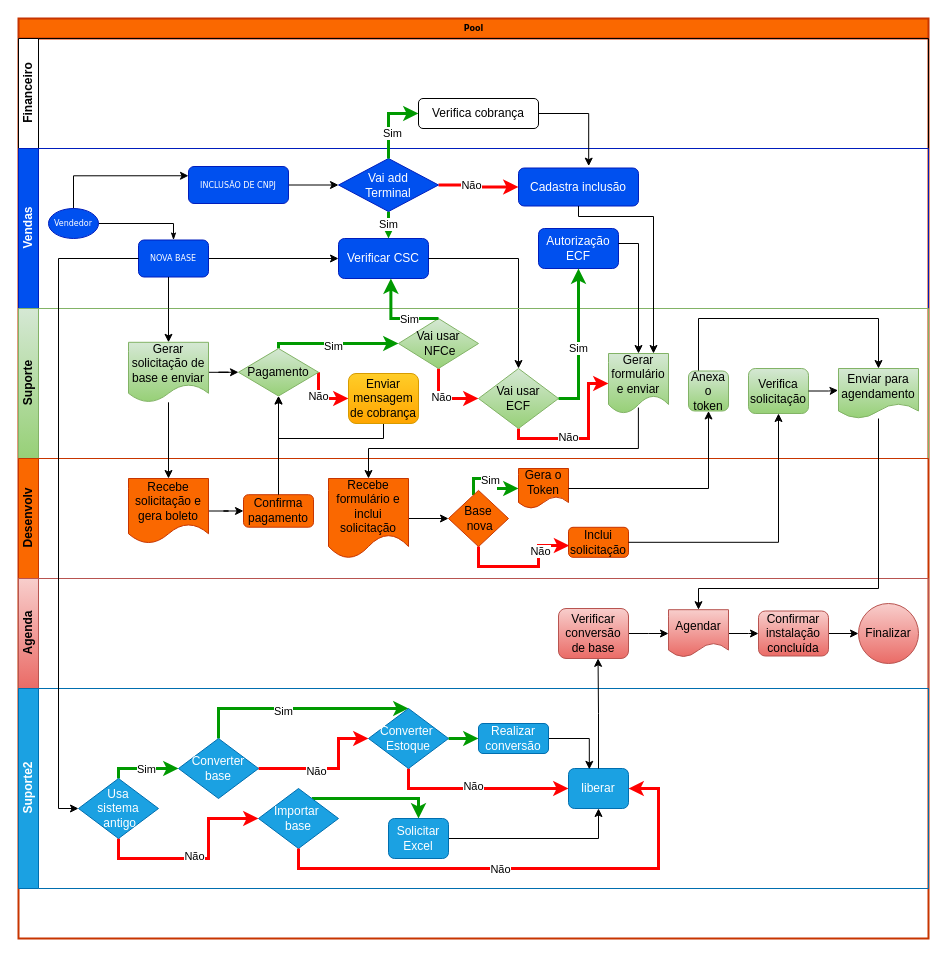
The draw.io diagram Diagrama sem nome.drawio in Bortolucio/DESCOMPLICA, before the edit. Source tidied: cells renumbered, new cells numbered last; positions are measured from the earlier drawing's top-left corner, leaving out a move shared by most shapes. Both pictures are drawn from the tidied source at 100%, with x=0, y=0 at pixel (18, 18).
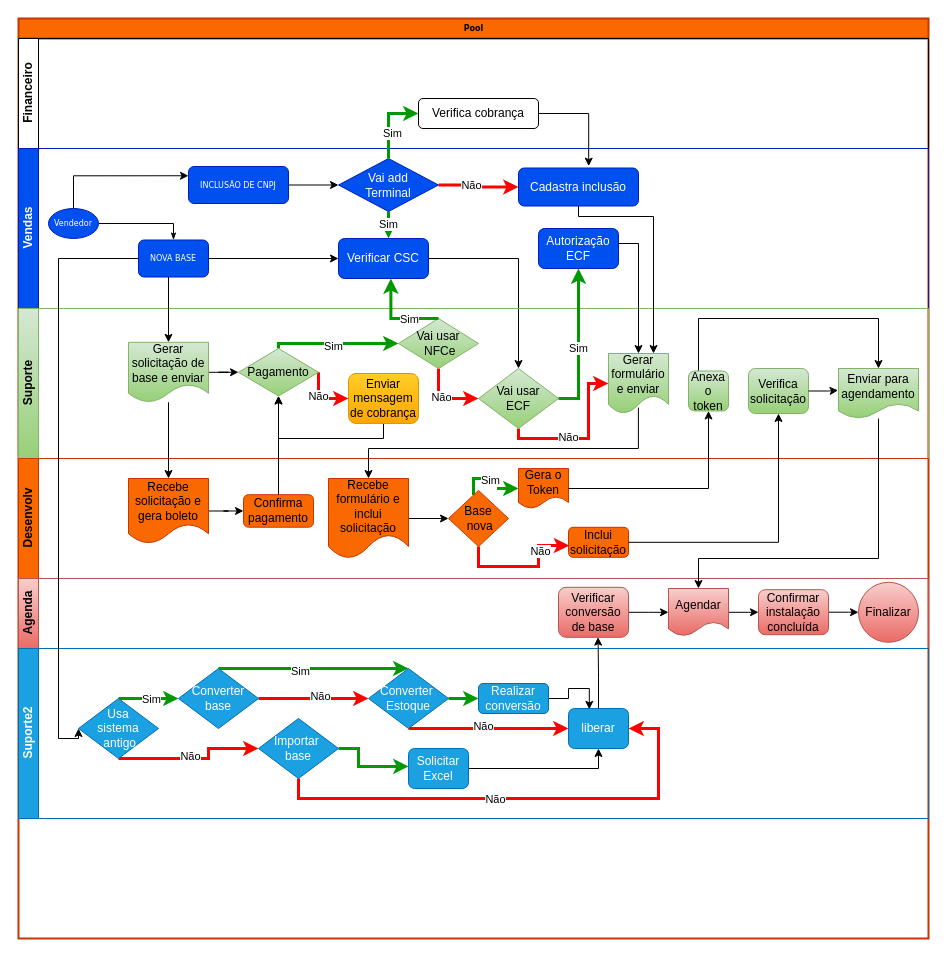
The same diagram, later.

The change refers to these unchanged cells:
```xml
<mxCell id="2" value="Pool" style="swimlane;html=1;horizontal=1;startSize=20;rounded=0;shadow=0;labelBackgroundColor=none;strokeWidth=2;fontFamily=Verdana;fontSize=8;align=center;fillColor=#FA6800;fontColor=#000000;strokeColor=#C73500;" parent="1" vertex="1">
  <mxGeometry width="910" height="920" as="geometry" />
</mxCell>
<mxCell id="10" value="NOVA BASE" style="rounded=1;whiteSpace=wrap;html=1;shadow=0;labelBackgroundColor=none;strokeWidth=1;fontFamily=Verdana;fontSize=8;align=center;fillColor=#0050ef;strokeColor=#001DBC;fontColor=#ffffff;" parent="5" vertex="1">
  <mxGeometry x="120" y="91.5" width="70" height="37" as="geometry" />
</mxCell>
<mxCell id="42" value="Enviar para agendamento" style="shape=document;whiteSpace=wrap;html=1;boundedLbl=1;fillColor=#d5e8d4;gradientColor=#97d077;strokeColor=#82b366;" parent="22" vertex="1">
  <mxGeometry x="820" y="60" width="80" height="50" as="geometry" />
</mxCell>
<mxCell id="90" value="Converter&amp;nbsp;&lt;br&gt;Estoque" style="rhombus;whiteSpace=wrap;html=1;fillColor=#1ba1e2;fontColor=#ffffff;strokeColor=#006EAF;" parent="74" vertex="1">
  <mxGeometry x="350" y="20" width="80" height="60" as="geometry" />
</mxCell>
```

The edit, as a diff of the source:
```diff
@@
     <mxCell id="66" value="Agenda" style="swimlane;html=1;startSize=20;horizontal=0;fillColor=#f8cecc;gradientColor=#ea6b66;strokeColor=#b85450;" parent="2" vertex="1">
-      <mxGeometry y="560" width="910" height="110" as="geometry" />
+      <mxGeometry y="560" width="910" height="70" as="geometry" />
     </mxCell>
@@
     <mxCell id="68" value="Verificar conversão de base" style="rounded=1;whiteSpace=wrap;html=1;fillColor=#f8cecc;gradientColor=#ea6b66;strokeColor=#b85450;" parent="66" vertex="1">
-      <mxGeometry x="540" y="30" width="70" height="50" as="geometry" />
+      <mxGeometry x="540" y="8.8" width="70" height="50" as="geometry" />
     </mxCell>
@@
     <mxCell id="70" value="Confirmar instalação concluída" style="rounded=1;whiteSpace=wrap;html=1;fillColor=#f8cecc;gradientColor=#ea6b66;strokeColor=#b85450;" parent="66" vertex="1">
-      <mxGeometry x="740" y="32.5" width="70" height="45" as="geometry" />
+      <mxGeometry x="740" y="11.2" width="70" height="45" as="geometry" />
     </mxCell>
     <mxCell id="71" value="Finalizar" style="ellipse;whiteSpace=wrap;html=1;fillColor=#f8cecc;gradientColor=#ea6b66;strokeColor=#b85450;" parent="66" vertex="1">
-      <mxGeometry x="840" y="25" width="60" height="60" as="geometry" />
+      <mxGeometry x="840" y="3.8" width="60" height="60" as="geometry" />
     </mxCell>
@@
     <mxCell id="73" value="Agendar" style="shape=document;whiteSpace=wrap;html=1;boundedLbl=1;fillColor=#f8cecc;strokeColor=#b85450;gradientColor=#ea6b66;" parent="66" vertex="1">
-      <mxGeometry x="650" y="31.2" width="60" height="47.5" as="geometry" />
+      <mxGeometry x="650" y="10" width="60" height="47.5" as="geometry" />
     </mxCell>
     <mxCell id="74" value="Suporte2" style="swimlane;html=1;startSize=20;horizontal=0;fillColor=#1ba1e2;fontColor=#ffffff;strokeColor=#006EAF;" parent="2" vertex="1">
-      <mxGeometry y="670" width="910" height="200" as="geometry" />
+      <mxGeometry y="630" width="910" height="170" as="geometry" />
     </mxCell>
     <mxCell id="75" style="edgeStyle=orthogonalEdgeStyle;rounded=0;jettySize=auto;html=1;entryX=0;entryY=0.5;entryDx=0;entryDy=0;strokeWidth=3;strokeColor=#009900;" parent="74" edge="1" source="79" target="84">
       <mxGeometry relative="1" as="geometry">
         <Array as="points">
-          <mxPoint x="100" y="80" />
-          <mxPoint x="160" y="80" />
+          <mxPoint x="100" y="50" />
         </Array>
       </mxGeometry>
     </mxCell>
@@
     <mxCell id="77" style="edgeStyle=orthogonalEdgeStyle;rounded=0;jettySize=auto;html=1;exitX=0.5;exitY=1;exitDx=0;exitDy=0;entryX=0;entryY=0.5;entryDx=0;entryDy=0;strokeWidth=3;strokeColor=#ff0000;" parent="74" edge="1" source="79" target="86">
-      <mxGeometry relative="1" as="geometry" />
+      <mxGeometry relative="1" as="geometry">
+        <Array as="points">
+          <mxPoint x="190" y="110" />
+          <mxPoint x="190" y="100" />
+        </Array>
+      </mxGeometry>
     </mxCell>
@@
     <mxCell id="79" value="Usa &lt;br&gt;sistema&lt;br&gt;&amp;nbsp;antigo" style="rhombus;whiteSpace=wrap;html=1;fillColor=#1ba1e2;fontColor=#ffffff;strokeColor=#006EAF;" parent="74" vertex="1">
-      <mxGeometry x="60" y="90" width="80" height="60" as="geometry" />
+      <mxGeometry x="60" y="50" width="80" height="60" as="geometry" />
     </mxCell>
@@
-    <mxCell id="82" style="edgeStyle=orthogonalEdgeStyle;rounded=0;jettySize=auto;html=1;strokeWidth=3;strokeColor=#FF0000;" parent="74" edge="1" source="84" target="90">
-      <mxGeometry relative="1" as="geometry">
-        <Array as="points">
-          <mxPoint x="320" y="80" />
-          <mxPoint x="320" y="50" />
-        </Array>
-      </mxGeometry>
+    <mxCell id="82" style="edgeStyle=orthogonalEdgeStyle;rounded=0;jettySize=auto;html=1;entryX=0;entryY=0.5;entryDx=0;entryDy=0;strokeWidth=3;strokeColor=#FF0000;" parent="74" edge="1" source="84" target="90">
+      <mxGeometry relative="1" as="geometry" />
     </mxCell>
     <mxCell id="83" value="Não" style="edgeLabel;html=1;align=center;verticalAlign=middle;" parent="82" vertex="1">
-      <mxGeometry x="-0.18" y="-2" relative="1" as="geometry" />
+      <mxGeometry x="0.1" y="3" relative="1" as="geometry" />
     </mxCell>
     <mxCell id="84" value="Converter&lt;br&gt;base" style="rhombus;whiteSpace=wrap;html=1;fillColor=#1ba1e2;fontColor=#ffffff;strokeColor=#006EAF;" parent="74" vertex="1">
-      <mxGeometry x="160" y="50" width="80" height="60" as="geometry" />
+      <mxGeometry x="160" y="20" width="80" height="60" as="geometry" />
     </mxCell>
-    <mxCell id="85" style="edgeStyle=orthogonalEdgeStyle;rounded=0;jettySize=auto;html=1;entryX=0.5;entryY=0;entryDx=0;entryDy=0;strokeWidth=3;strokeColor=#009900;" parent="74" edge="1" source="86" target="92">
+    <mxCell id="85" style="edgeStyle=orthogonalEdgeStyle;rounded=0;jettySize=auto;html=1;entryX=0;entryY=0.447;entryDx=0;entryDy=0;strokeWidth=3;strokeColor=#009900;entryPerimeter=0;exitX=1;exitY=0.5;exitDx=0;exitDy=0;" parent="74" edge="1" source="86" target="92">
       <mxGeometry relative="1" as="geometry">
         <Array as="points">
-          <mxPoint x="400" y="110" />
+          <mxPoint x="340" y="100" />
+          <mxPoint x="340" y="118" />
         </Array>
       </mxGeometry>
     </mxCell>
     <mxCell id="86" value="Importar&amp;nbsp;&lt;br&gt;base" style="rhombus;whiteSpace=wrap;html=1;fillColor=#1ba1e2;fontColor=#ffffff;strokeColor=#006EAF;" parent="74" vertex="1">
-      <mxGeometry x="240" y="100" width="80" height="60" as="geometry" />
+      <mxGeometry x="240" y="70" width="80" height="60" as="geometry" />
     </mxCell>
@@
     <mxCell id="88" style="edgeStyle=orthogonalEdgeStyle;rounded=0;jettySize=auto;html=1;entryX=0;entryY=0.5;entryDx=0;entryDy=0;strokeWidth=3;strokeColor=#ff0000;" parent="74" edge="1" source="90" target="93">
       <mxGeometry relative="1" as="geometry">
         <Array as="points">
-          <mxPoint x="390" y="100" />
+          <mxPoint x="480" y="80" />
+          <mxPoint x="480" y="80" />
         </Array>
       </mxGeometry>
     </mxCell>
@@
     <mxCell id="92" value="Solicitar&lt;br&gt;Excel" style="rounded=1;whiteSpace=wrap;html=1;fillColor=#1ba1e2;fontColor=#ffffff;strokeColor=#006EAF;" parent="74" vertex="1">
-      <mxGeometry x="370" y="130" width="60" height="40" as="geometry" />
+      <mxGeometry x="390" y="100" width="60" height="40" as="geometry" />
     </mxCell>
     <mxCell id="93" value="liberar" style="rounded=1;whiteSpace=wrap;html=1;fillColor=#1ba1e2;fontColor=#ffffff;strokeColor=#006EAF;" parent="74" vertex="1">
-      <mxGeometry x="550" y="80" width="60" height="40" as="geometry" />
+      <mxGeometry x="550" y="60" width="60" height="40" as="geometry" />
     </mxCell>
@@
     <mxCell id="96" style="edgeStyle=orthogonalEdgeStyle;rounded=0;jettySize=auto;html=1;entryX=1;entryY=0.5;entryDx=0;entryDy=0;strokeWidth=3;strokeColor=#ff0000;" parent="74" edge="1" source="86" target="93">
       <mxGeometry relative="1" as="geometry">
         <Array as="points">
-          <mxPoint x="280" y="180" />
-          <mxPoint x="640" y="180" />
-          <mxPoint x="640" y="100" />
+          <mxPoint x="280" y="150" />
+          <mxPoint x="640" y="150" />
+          <mxPoint x="640" y="80" />
         </Array>
       </mxGeometry>
     </mxCell>
@@
     <mxCell id="98" style="edgeStyle=orthogonalEdgeStyle;rounded=0;jettySize=auto;html=1;entryX=0;entryY=0.5;entryDx=0;entryDy=0;" parent="2" edge="1" source="10" target="79">
       <mxGeometry relative="1" as="geometry">
         <Array as="points">
           <mxPoint x="40" y="240" />
-          <mxPoint x="40" y="790" />
+          <mxPoint x="40" y="720" />
         </Array>
       </mxGeometry>
     </mxCell>
@@
     <mxCell id="106" style="edgeStyle=orthogonalEdgeStyle;rounded=0;jettySize=auto;html=1;" parent="2" edge="1" source="42" target="73">
       <mxGeometry relative="1" as="geometry">
         <Array as="points">
-          <mxPoint x="860" y="570" />
-          <mxPoint x="680" y="570" />
+          <mxPoint x="860" y="540" />
+          <mxPoint x="680" y="540" />
         </Array>
       </mxGeometry>
     </mxCell>
```
